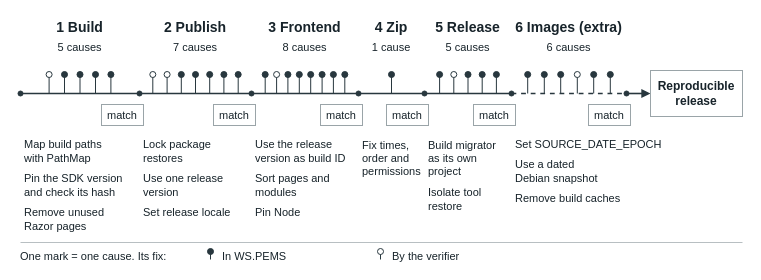
This is 1-ws-pems/figures/rq1-journey.drawio from leosakharoff/dotnet-rebuild-experiments, a draw.io file, before an edit. Source tidied: cells renumbered, new cells numbered last; positions are measured from the earlier drawing's top-left corner, leaving out a move shared by most shapes. Both pictures are drawn from the tidied source at 100%, with x=0, y=0 at pixel (18, 17).
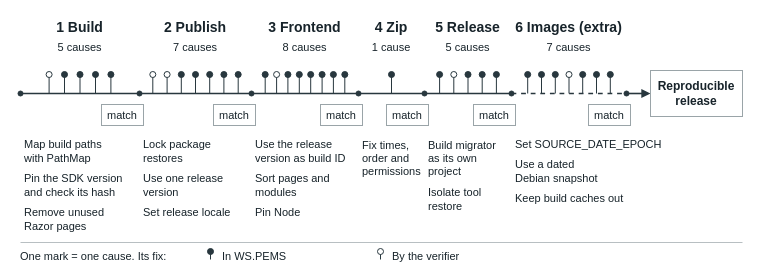
After the change.

Change to the diagram source:
```diff
@@
-    <mxCell id="87" value="6 causes" style="html=1;whiteSpace=wrap;align=center;verticalAlign=middle;fontFamily=Helvetica;fontColor=#17232a;fontSize=11;fillColor=none;strokeColor=none;spacing=0;" parent="1" vertex="1">
+    <mxCell id="87" value="7 causes" style="html=1;whiteSpace=wrap;align=center;verticalAlign=middle;fontFamily=Helvetica;fontColor=#17232a;fontSize=11;fillColor=none;strokeColor=none;spacing=0;" parent="1" vertex="1">
       <mxGeometry x="493" y="22" width="115" height="16" as="geometry" />
     </mxCell>
@@
     <mxCell id="91" style="html=1;edgeStyle=none;rounded=0;strokeColor=#28373e;strokeWidth=1;endArrow=none;endFill=1;endSize=5;" parent="1" edge="1">
       <mxGeometry relative="1" as="geometry">
-        <mxPoint x="525.8" y="76" as="sourcePoint" />
-        <mxPoint x="525.8" y="57" as="targetPoint" />
+        <mxPoint x="523" y="76" as="sourcePoint" />
+        <mxPoint x="523" y="57" as="targetPoint" />
       </mxGeometry>
     </mxCell>
     <mxCell id="92" style="shape=ellipse;strokeColor=#28373e;fillColor=#28373e;strokeWidth=1;" parent="1" vertex="1">
-      <mxGeometry x="522.8" y="54" width="6" height="6" as="geometry" />
+      <mxGeometry x="520" y="54" width="6" height="6" as="geometry" />
     </mxCell>
     <mxCell id="93" style="html=1;edgeStyle=none;rounded=0;strokeColor=#28373e;strokeWidth=1;endArrow=none;endFill=1;endSize=5;" parent="1" edge="1">
       <mxGeometry relative="1" as="geometry">
-        <mxPoint x="542.2" y="76" as="sourcePoint" />
-        <mxPoint x="542.2" y="57" as="targetPoint" />
+        <mxPoint x="536.8" y="76" as="sourcePoint" />
+        <mxPoint x="536.8" y="57" as="targetPoint" />
       </mxGeometry>
     </mxCell>
     <mxCell id="94" style="shape=ellipse;strokeColor=#28373e;fillColor=#28373e;strokeWidth=1;" parent="1" vertex="1">
-      <mxGeometry x="539.2" y="54" width="6" height="6" as="geometry" />
+      <mxGeometry x="533.8" y="54" width="6" height="6" as="geometry" />
     </mxCell>
     <mxCell id="95" style="html=1;edgeStyle=none;rounded=0;strokeColor=#28373e;strokeWidth=1;endArrow=none;endFill=1;endSize=5;" parent="1" edge="1">
       <mxGeometry relative="1" as="geometry">
-        <mxPoint x="558.8" y="76" as="sourcePoint" />
-        <mxPoint x="558.8" y="57" as="targetPoint" />
+        <mxPoint x="550.5" y="76" as="sourcePoint" />
+        <mxPoint x="550.5" y="57" as="targetPoint" />
       </mxGeometry>
     </mxCell>
     <mxCell id="96" style="shape=ellipse;strokeColor=#28373e;fillColor=#ffffff;strokeWidth=1;" parent="1" vertex="1">
-      <mxGeometry x="555.8" y="54" width="6" height="6" as="geometry" />
+      <mxGeometry x="547.5" y="54" width="6" height="6" as="geometry" />
     </mxCell>
     <mxCell id="97" style="html=1;edgeStyle=none;rounded=0;strokeColor=#28373e;strokeWidth=1;endArrow=none;endFill=1;endSize=5;" parent="1" edge="1">
       <mxGeometry relative="1" as="geometry">
-        <mxPoint x="575.2" y="76" as="sourcePoint" />
-        <mxPoint x="575.2" y="57" as="targetPoint" />
+        <mxPoint x="564.2" y="76" as="sourcePoint" />
+        <mxPoint x="564.2" y="57" as="targetPoint" />
       </mxGeometry>
     </mxCell>
     <mxCell id="98" style="shape=ellipse;strokeColor=#28373e;fillColor=#28373e;strokeWidth=1;" parent="1" vertex="1">
-      <mxGeometry x="572.2" y="54" width="6" height="6" as="geometry" />
+      <mxGeometry x="561.2" y="54" width="6" height="6" as="geometry" />
     </mxCell>
     <mxCell id="99" style="html=1;edgeStyle=none;rounded=0;strokeColor=#28373e;strokeWidth=1;endArrow=none;endFill=1;endSize=5;" parent="1" edge="1">
       <mxGeometry relative="1" as="geometry">
-        <mxPoint x="591.8" y="76" as="sourcePoint" />
-        <mxPoint x="591.8" y="57" as="targetPoint" />
+        <mxPoint x="578" y="76" as="sourcePoint" />
+        <mxPoint x="578" y="57" as="targetPoint" />
       </mxGeometry>
     </mxCell>
     <mxCell id="100" style="shape=ellipse;strokeColor=#28373e;fillColor=#28373e;strokeWidth=1;" parent="1" vertex="1">
-      <mxGeometry x="588.8" y="54" width="6" height="6" as="geometry" />
+      <mxGeometry x="575" y="54" width="6" height="6" as="geometry" />
     </mxCell>
+    <mxCell id="122" style="html=1;edgeStyle=none;rounded=0;strokeColor=#28373e;strokeWidth=1;endArrow=none;endFill=1;endSize=5;" parent="1" edge="1">
+      <mxGeometry relative="1" as="geometry">
+        <mxPoint x="591.8" y="76" as="sourcePoint" />
+        <mxPoint x="591.8" y="57" as="targetPoint" />
+      </mxGeometry>
+    </mxCell>
+    <mxCell id="123" style="shape=ellipse;strokeColor=#28373e;fillColor=#28373e;strokeWidth=1;" parent="1" vertex="1">
+      <mxGeometry x="588.8" y="54" width="6" height="6" as="geometry" />
+    </mxCell>
@@
-    <mxCell id="104" value="Remove build caches" style="html=1;whiteSpace=wrap;align=left;verticalAlign=middle;fontFamily=Helvetica;fontColor=#17232a;fontSize=11;fillColor=none;strokeColor=none;spacing=0;" parent="1" vertex="1">
+    <mxCell id="104" value="Keep build caches out" style="html=1;whiteSpace=wrap;align=left;verticalAlign=middle;fontFamily=Helvetica;fontColor=#17232a;fontSize=11;fillColor=none;strokeColor=none;spacing=0;" parent="1" vertex="1">
       <mxGeometry x="497" y="173" width="124" height="16" as="geometry" />
     </mxCell>
```
